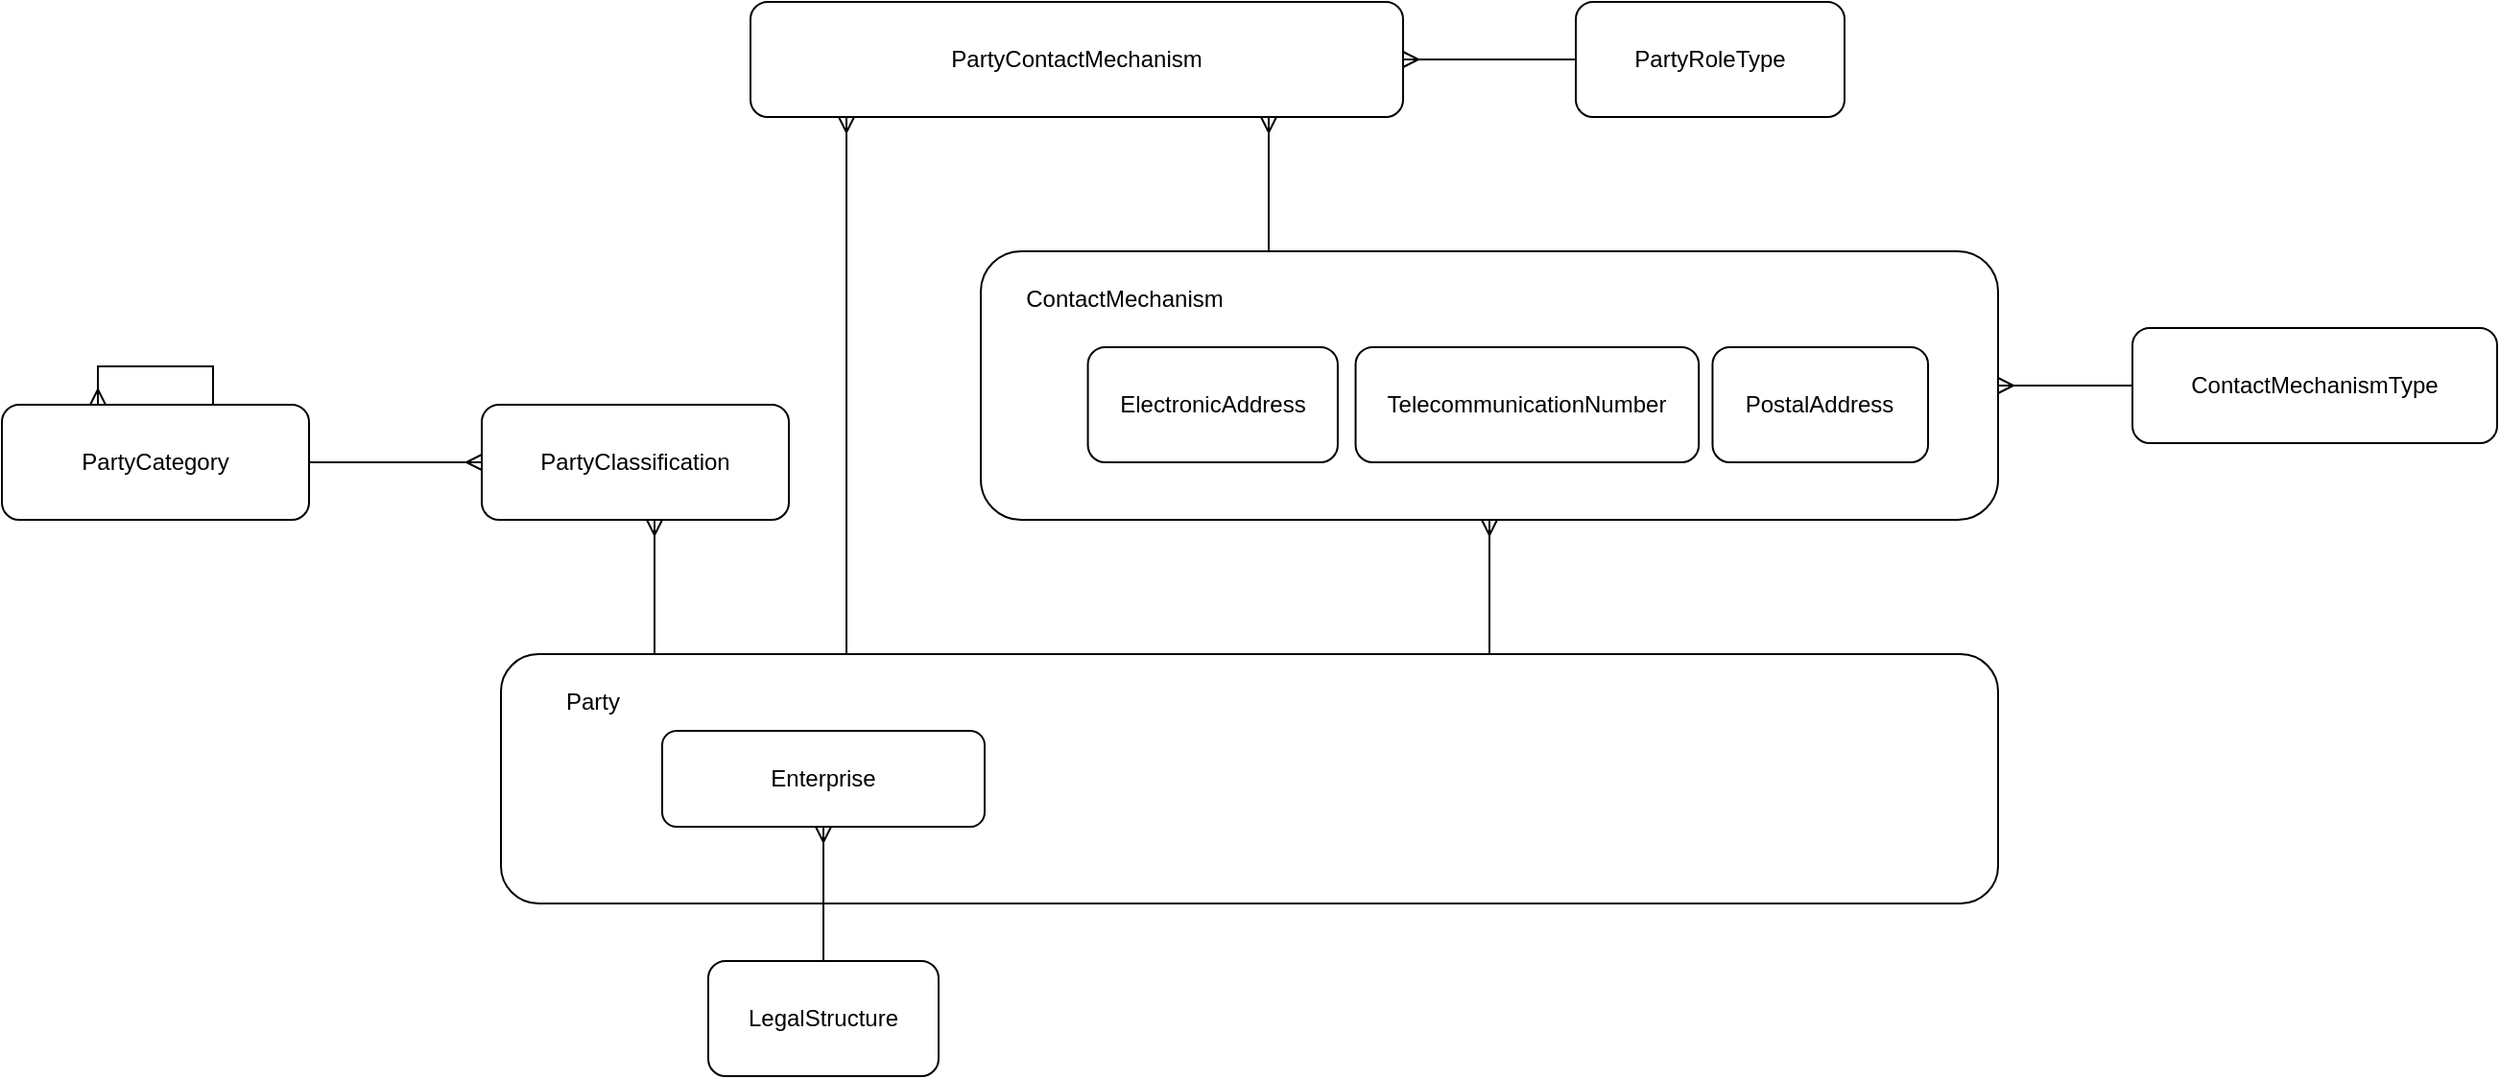
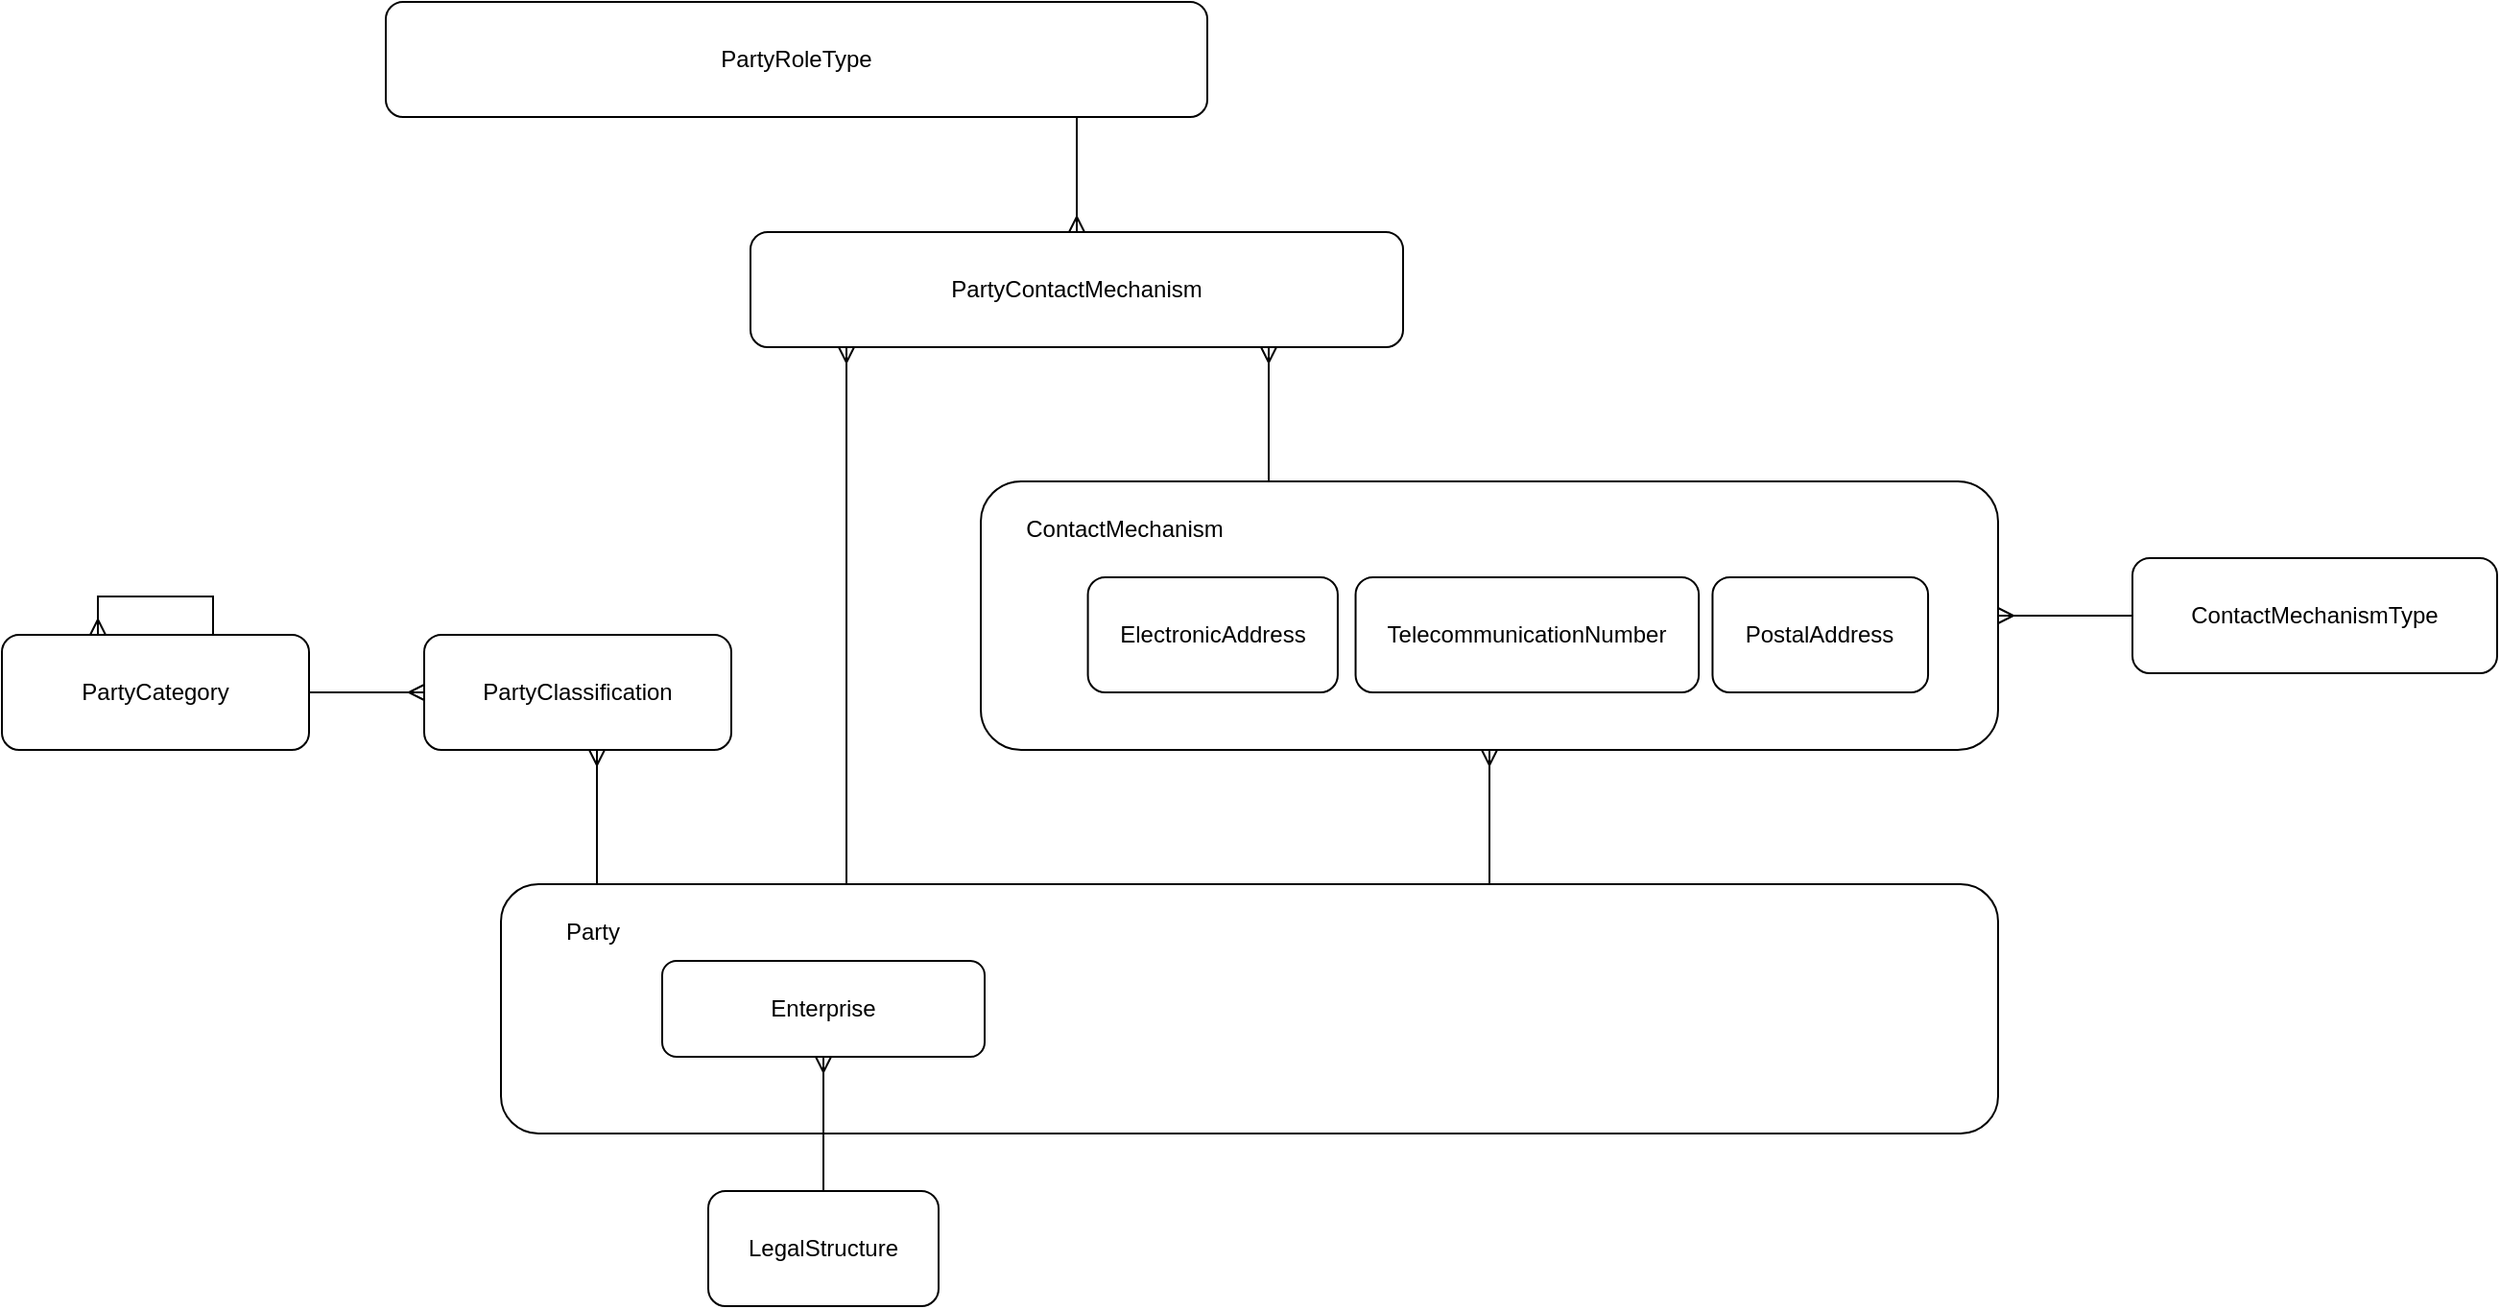
<mxfile host="app.diagrams.net" agent="Mozilla/5.0 (Windows NT 10.0; Win64; x64) AppleWebKit/537.36 (KHTML, like Gecko) Chrome/141.0.0.0 Safari/537.36" version="28.2.9">
  <diagram name="Page-1" id="d0nJ6Fx9cUZLMqGtfM0H">
-     <mxGraphModel dx="3388" dy="1244" grid="1" gridSize="10" guides="1" tooltips="1" connect="1" arrows="1" fold="1" page="1" pageScale="1" pageWidth="850" pageHeight="1100" math="0" shadow="0">
+     <mxGraphModel dx="2357" dy="1832" grid="1" gridSize="10" guides="1" tooltips="1" connect="1" arrows="1" fold="1" page="1" pageScale="1" pageWidth="850" pageHeight="1100" math="0" shadow="0">
      <root>
        <mxCell id="0" />
        <mxCell id="1" parent="0" />
        <mxCell id="tdPrWEJd15tEannaNgth-4" style="edgeStyle=orthogonalEdgeStyle;rounded=0;orthogonalLoop=1;jettySize=auto;html=1;startArrow=ERmany;startFill=0;endArrow=none;endFill=0;" edge="1" parent="1" source="tdPrWEJd15tEannaNgth-2" target="tdPrWEJd15tEannaNgth-3">
          <mxGeometry relative="1" as="geometry" />
        </mxCell>
        <mxCell id="tdPrWEJd15tEannaNgth-3" value="ContactMechanismType" style="rounded=1;whiteSpace=wrap;html=1;" vertex="1" parent="1">
          <mxGeometry x="600" y="240" width="190" height="60" as="geometry" />
        </mxCell>
        <mxCell id="tdPrWEJd15tEannaNgth-13" value="PartyRoleType" style="rounded=1;whiteSpace=wrap;html=1;" vertex="1" parent="1">
-           <mxGeometry x="310" y="70" width="140" height="60" as="geometry" />
+           <mxGeometry x="-310" y="-50" width="428" height="60" as="geometry" />
        </mxCell>
        <mxCell id="tdPrWEJd15tEannaNgth-14" style="edgeStyle=orthogonalEdgeStyle;rounded=0;orthogonalLoop=1;jettySize=auto;html=1;startArrow=ERmany;startFill=0;endArrow=none;endFill=0;" edge="1" parent="1" source="tdPrWEJd15tEannaNgth-15" target="tdPrWEJd15tEannaNgth-13">
          <mxGeometry relative="1" as="geometry">
            <mxPoint x="730" y="420" as="sourcePoint" />
            <mxPoint x="730" y="340" as="targetPoint" />
+             <Array as="points">
+               <mxPoint x="50" y="20" />
+               <mxPoint x="50" y="20" />
+             </Array>
          </mxGeometry>
        </mxCell>
        <mxCell id="tdPrWEJd15tEannaNgth-15" value="PartyContactMechanism" style="rounded=1;whiteSpace=wrap;html=1;" vertex="1" parent="1">
          <mxGeometry x="-120" y="70" width="340" height="60" as="geometry" />
        </mxCell>
        <mxCell id="tdPrWEJd15tEannaNgth-18" style="edgeStyle=orthogonalEdgeStyle;rounded=0;orthogonalLoop=1;jettySize=auto;html=1;startArrow=ERmany;startFill=0;endArrow=none;endFill=0;" edge="1" parent="1" source="tdPrWEJd15tEannaNgth-15" target="tdPrWEJd15tEannaNgth-1">
          <mxGeometry relative="1" as="geometry">
            <mxPoint x="140" y="250" as="sourcePoint" />
            <mxPoint x="-10" y="250" as="targetPoint" />
            <Array as="points">
              <mxPoint x="-70" y="300" />
              <mxPoint x="-70" y="300" />
            </Array>
          </mxGeometry>
        </mxCell>
        <mxCell id="tdPrWEJd15tEannaNgth-19" value="" style="group" vertex="1" connectable="0" parent="1">
          <mxGeometry y="200" width="530" height="140" as="geometry" />
        </mxCell>
        <mxCell id="tdPrWEJd15tEannaNgth-2" value="" style="rounded=1;whiteSpace=wrap;html=1;" vertex="1" parent="tdPrWEJd15tEannaNgth-19">
          <mxGeometry width="530" height="140" as="geometry" />
        </mxCell>
        <mxCell id="tdPrWEJd15tEannaNgth-5" value="ElectronicAddress" style="rounded=1;whiteSpace=wrap;html=1;" vertex="1" parent="tdPrWEJd15tEannaNgth-19">
          <mxGeometry x="55.78947368421052" y="50" width="130.17543859649123" height="60" as="geometry" />
        </mxCell>
        <mxCell id="tdPrWEJd15tEannaNgth-6" value="TelecommunicationNumber" style="rounded=1;whiteSpace=wrap;html=1;" vertex="1" parent="tdPrWEJd15tEannaNgth-19">
          <mxGeometry x="195.26315789473682" y="50" width="178.81456140350878" height="60" as="geometry" />
        </mxCell>
        <mxCell id="tdPrWEJd15tEannaNgth-7" value="ContactMechanism" style="text;html=1;whiteSpace=wrap;strokeColor=none;fillColor=none;align=center;verticalAlign=middle;rounded=0;" vertex="1" parent="tdPrWEJd15tEannaNgth-19">
          <mxGeometry x="27.896882591093107" y="10" width="94.41295546558705" height="30" as="geometry" />
        </mxCell>
        <mxCell id="tdPrWEJd15tEannaNgth-8" value="PostalAddress" style="rounded=1;whiteSpace=wrap;html=1;" vertex="1" parent="tdPrWEJd15tEannaNgth-19">
          <mxGeometry x="381.2280701754386" y="50" width="112.29491228070175" height="60" as="geometry" />
        </mxCell>
        <mxCell id="tdPrWEJd15tEannaNgth-20" style="edgeStyle=orthogonalEdgeStyle;rounded=0;orthogonalLoop=1;jettySize=auto;html=1;startArrow=ERmany;startFill=0;endArrow=none;endFill=0;" edge="1" parent="1" source="tdPrWEJd15tEannaNgth-15" target="tdPrWEJd15tEannaNgth-2">
          <mxGeometry relative="1" as="geometry">
            <mxPoint x="370" y="120" as="sourcePoint" />
            <mxPoint x="370" y="430" as="targetPoint" />
            <Array as="points">
              <mxPoint x="150" y="160" />
              <mxPoint x="150" y="160" />
            </Array>
          </mxGeometry>
        </mxCell>
        <mxCell id="tdPrWEJd15tEannaNgth-21" style="edgeStyle=orthogonalEdgeStyle;rounded=0;orthogonalLoop=1;jettySize=auto;html=1;startArrow=ERmany;startFill=0;endArrow=none;endFill=0;" edge="1" parent="1" source="tdPrWEJd15tEannaNgth-2" target="tdPrWEJd15tEannaNgth-1">
          <mxGeometry relative="1" as="geometry">
            <mxPoint x="240" y="400" as="sourcePoint" />
            <mxPoint x="240" y="470" as="targetPoint" />
            <Array as="points">
              <mxPoint x="305" y="420" />
              <mxPoint x="305" y="420" />
            </Array>
          </mxGeometry>
        </mxCell>
        <mxCell id="tdPrWEJd15tEannaNgth-22" value="LegalStructure" style="rounded=1;whiteSpace=wrap;html=1;" vertex="1" parent="1">
          <mxGeometry x="-142" y="570" width="120" height="60" as="geometry" />
        </mxCell>
        <mxCell id="tdPrWEJd15tEannaNgth-25" value="" style="group" vertex="1" connectable="0" parent="1">
          <mxGeometry x="-250" y="410" width="780" height="130" as="geometry" />
        </mxCell>
        <mxCell id="tdPrWEJd15tEannaNgth-1" value="" style="rounded=1;whiteSpace=wrap;html=1;" vertex="1" parent="tdPrWEJd15tEannaNgth-25">
          <mxGeometry width="780" height="130" as="geometry" />
        </mxCell>
        <mxCell id="tdPrWEJd15tEannaNgth-9" value="Party" style="text;html=1;whiteSpace=wrap;strokeColor=none;fillColor=none;align=center;verticalAlign=middle;rounded=0;" vertex="1" parent="tdPrWEJd15tEannaNgth-25">
          <mxGeometry x="12" y="10" width="72" height="30" as="geometry" />
        </mxCell>
        <mxCell id="tdPrWEJd15tEannaNgth-17" value="Enterprise" style="rounded=1;whiteSpace=wrap;html=1;" vertex="1" parent="tdPrWEJd15tEannaNgth-25">
          <mxGeometry x="83.99999999999999" y="40" width="167.99999999999997" height="50" as="geometry" />
        </mxCell>
        <mxCell id="tdPrWEJd15tEannaNgth-27" value="PartyClassification" style="rounded=1;whiteSpace=wrap;html=1;" vertex="1" parent="1">
-           <mxGeometry x="-260" y="280" width="160" height="60" as="geometry" />
+           <mxGeometry x="-290" y="280" width="160" height="60" as="geometry" />
        </mxCell>
        <mxCell id="tdPrWEJd15tEannaNgth-28" value="PartyCategory" style="rounded=1;whiteSpace=wrap;html=1;" vertex="1" parent="1">
          <mxGeometry x="-510" y="280" width="160" height="60" as="geometry" />
        </mxCell>
        <mxCell id="tdPrWEJd15tEannaNgth-31" style="edgeStyle=orthogonalEdgeStyle;rounded=0;orthogonalLoop=1;jettySize=auto;html=1;startArrow=ERmany;startFill=0;endArrow=none;endFill=0;" edge="1" parent="1" source="tdPrWEJd15tEannaNgth-27" target="tdPrWEJd15tEannaNgth-1">
          <mxGeometry relative="1" as="geometry">
            <mxPoint x="-260" y="180" as="sourcePoint" />
            <mxPoint x="-260" y="250" as="targetPoint" />
            <Array as="points">
-               <mxPoint x="-170" y="370" />
-               <mxPoint x="-170" y="370" />
+               <mxPoint x="-200" y="380" />
+               <mxPoint x="-200" y="380" />
            </Array>
          </mxGeometry>
        </mxCell>
        <mxCell id="tdPrWEJd15tEannaNgth-32" style="edgeStyle=orthogonalEdgeStyle;rounded=0;orthogonalLoop=1;jettySize=auto;html=1;startArrow=ERmany;startFill=0;endArrow=none;endFill=0;" edge="1" parent="1" source="tdPrWEJd15tEannaNgth-27" target="tdPrWEJd15tEannaNgth-28">
          <mxGeometry relative="1" as="geometry">
            <mxPoint x="-230" y="200" as="sourcePoint" />
            <mxPoint x="-230" y="270" as="targetPoint" />
            <Array as="points" />
          </mxGeometry>
        </mxCell>
        <mxCell id="tdPrWEJd15tEannaNgth-33" style="edgeStyle=orthogonalEdgeStyle;rounded=0;orthogonalLoop=1;jettySize=auto;html=1;startArrow=ERmany;startFill=0;endArrow=none;endFill=0;" edge="1" parent="1" source="tdPrWEJd15tEannaNgth-28" target="tdPrWEJd15tEannaNgth-28">
          <mxGeometry relative="1" as="geometry">
            <mxPoint x="-370" y="440" as="sourcePoint" />
            <mxPoint x="-460" y="440" as="targetPoint" />
            <Array as="points">
              <mxPoint x="-460" y="260" />
              <mxPoint x="-400" y="260" />
            </Array>
          </mxGeometry>
        </mxCell>
        <mxCell id="tdPrWEJd15tEannaNgth-34" style="edgeStyle=orthogonalEdgeStyle;rounded=0;orthogonalLoop=1;jettySize=auto;html=1;startArrow=ERmany;startFill=0;endArrow=none;endFill=0;" edge="1" parent="1" source="tdPrWEJd15tEannaNgth-17" target="tdPrWEJd15tEannaNgth-22">
          <mxGeometry relative="1" as="geometry">
            <mxPoint x="-160" y="580" as="sourcePoint" />
            <mxPoint x="-160" y="650" as="targetPoint" />
            <Array as="points">
              <mxPoint x="-80" y="620" />
            </Array>
          </mxGeometry>
        </mxCell>
      </root>
    </mxGraphModel>
  </diagram>
</mxfile>
